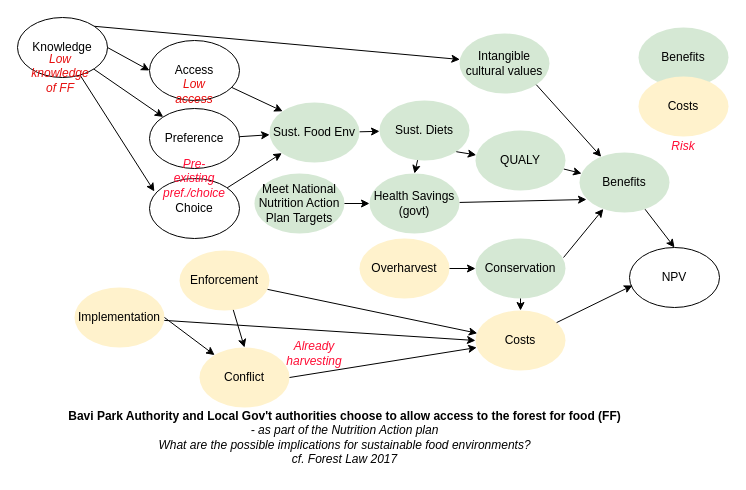
This is Untitled Diagram.drawio from CWWhitney/bavi-forest-access, a draw.io file, before an edit. Source tidied: cells renumbered, new cells numbered last; positions are measured from the earlier drawing's top-left corner, leaving out a move shared by most shapes. Both pictures are drawn from the tidied source at 100%, with x=0, y=0 at pixel (17, 17).
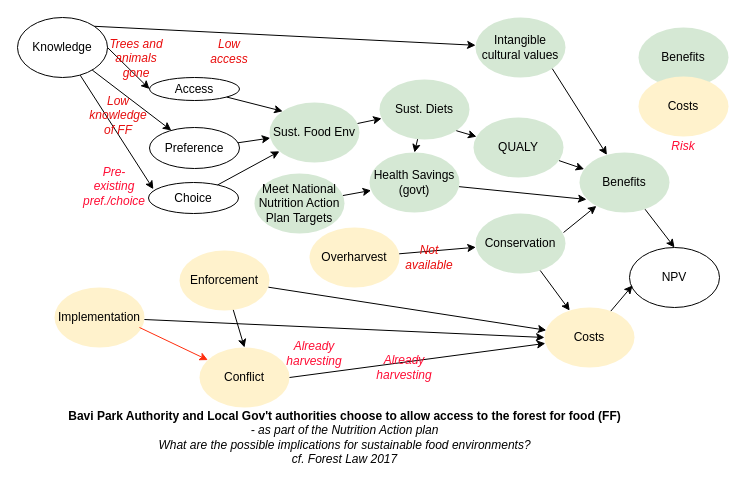
After the change.

The change refers to these unchanged cells:
```xml
<mxCell id="38" value="Conflict" style="ellipse;whiteSpace=wrap;html=1;fillColor=#fff2cc;strokeColor=none;" parent="1" vertex="1">
  <mxGeometry x="182" y="330" width="90" height="60" as="geometry" />
</mxCell>
```

The edit, as a diff of the source:
```diff
@@
-<mxGraphModel>
+<mxGraphModel background="#ffffff">
@@
     <mxCell id="2" value="Conservation" style="ellipse;whiteSpace=wrap;html=1;fillColor=#d5e8d4;strokeColor=none;" parent="1" vertex="1">
-      <mxGeometry x="458" y="221" width="90" height="60" as="geometry" />
+      <mxGeometry x="458" y="196" width="90" height="60" as="geometry" />
     </mxCell>
@@
     <mxCell id="4" value="Sust. Diets" style="ellipse;whiteSpace=wrap;html=1;fillColor=#d5e8d4;strokeColor=none;" parent="1" vertex="1">
-      <mxGeometry x="362" y="83" width="90" height="60" as="geometry" />
+      <mxGeometry x="362" y="62" width="90" height="60" as="geometry" />
     </mxCell>
@@
     <mxCell id="8" value="QUALY" style="ellipse;whiteSpace=wrap;html=1;fillColor=#d5e8d4;strokeColor=none;" parent="1" vertex="1">
-      <mxGeometry x="458" y="113" width="90" height="60" as="geometry" />
+      <mxGeometry x="456" y="100" width="90" height="60" as="geometry" />
     </mxCell>
@@
     <mxCell id="10" value="Health Savings (govt)" style="ellipse;whiteSpace=wrap;html=1;fillColor=#d5e8d4;strokeColor=none;" parent="1" vertex="1">
-      <mxGeometry x="352" y="156" width="90" height="60" as="geometry" />
+      <mxGeometry x="352" y="135" width="90" height="60" as="geometry" />
     </mxCell>
@@
     <mxCell id="12" value="Access" style="ellipse;whiteSpace=wrap;html=1;" parent="1" vertex="1">
-      <mxGeometry x="132" y="23" width="90" height="60" as="geometry" />
+      <mxGeometry x="132" y="60" width="90" height="23" as="geometry" />
     </mxCell>
     <mxCell id="13" value="Choice" style="ellipse;whiteSpace=wrap;html=1;" parent="1" vertex="1">
-      <mxGeometry x="132" y="161" width="90" height="60" as="geometry" />
+      <mxGeometry x="131" y="165" width="90" height="31" as="geometry" />
     </mxCell>
@@
     <mxCell id="15" value="Preference" style="ellipse;whiteSpace=wrap;html=1;" parent="1" vertex="1">
-      <mxGeometry x="132" y="91" width="90" height="60" as="geometry" />
+      <mxGeometry x="132" y="110" width="90" height="41" as="geometry" />
     </mxCell>
     <mxCell id="16" value="Costs" style="ellipse;whiteSpace=wrap;html=1;fillColor=#fff2cc;strokeColor=none;" parent="1" vertex="1">
-      <mxGeometry x="458" y="293" width="90" height="60" as="geometry" />
+      <mxGeometry x="527" y="290" width="90" height="60" as="geometry" />
     </mxCell>
@@
     <mxCell id="31" value="Low knowledge of FF" style="text;html=1;align=center;verticalAlign=middle;whiteSpace=wrap;rounded=0;fontStyle=2;fontColor=#e60f0f;" parent="1" vertex="1">
-      <mxGeometry x="13" y="36" width="60" height="40" as="geometry" />
+      <mxGeometry x="71" y="78" width="60" height="40" as="geometry" />
     </mxCell>
     <mxCell id="32" value="Low access" style="text;html=1;align=center;verticalAlign=middle;whiteSpace=wrap;rounded=0;fontFamily=Helvetica;fontSize=12;fontStyle=2;fontColor=#e90c0c;" parent="1" vertex="1">
-      <mxGeometry x="147" y="63" width="60" height="22" as="geometry" />
+      <mxGeometry x="182" y="23" width="60" height="22" as="geometry" />
     </mxCell>
     <mxCell id="33" value="Pre-existing pref./choice" style="text;html=1;align=center;verticalAlign=middle;whiteSpace=wrap;rounded=0;fontColor=#FF0D35;fontStyle=2;" parent="1" vertex="1">
-      <mxGeometry x="147" y="141" width="60" height="40" as="geometry" />
+      <mxGeometry x="67" y="149" width="60" height="40" as="geometry" />
     </mxCell>
     <mxCell id="34" value="Intangible cultural values" style="ellipse;whiteSpace=wrap;html=1;fillColor=#d5e8d4;strokeColor=none;" parent="1" vertex="1">
-      <mxGeometry x="442" y="16" width="90" height="60" as="geometry" />
+      <mxGeometry x="458" width="90" height="60" as="geometry" />
     </mxCell>
@@
     <mxCell id="42" value="Implementation" style="ellipse;whiteSpace=wrap;html=1;fillColor=#fff2cc;strokeColor=none;" parent="1" vertex="1">
-      <mxGeometry x="57" y="270" width="90" height="60" as="geometry" />
+      <mxGeometry x="37" y="270" width="90" height="60" as="geometry" />
     </mxCell>
@@
     <mxCell id="44" value="Overharvest" style="ellipse;whiteSpace=wrap;html=1;fillColor=#fff2cc;strokeColor=none;" parent="1" vertex="1">
-      <mxGeometry x="342" y="221" width="90" height="60" as="geometry" />
+      <mxGeometry x="292" y="210" width="90" height="60" as="geometry" />
     </mxCell>
@@
-    <mxCell id="47" style="rounded=0;jettySize=auto;html=1;exitX=1;exitY=0.5;exitDx=0;exitDy=0;" parent="1" edge="1" source="42" target="38">
-      <mxGeometry relative="1" as="geometry" />
+    <mxCell id="47" style="rounded=0;jettySize=auto;html=1;strokeColor=#FF2D0D;" parent="1" edge="1" target="38">
+      <mxGeometry relative="1" as="geometry">
+        <mxPoint x="122" y="310" as="sourcePoint" />
+      </mxGeometry>
     </mxCell>
@@
+    <mxCell id="52" value="Already harvesting" style="text;html=1;align=center;verticalAlign=middle;whiteSpace=wrap;rounded=0;fontColor=#FF0D35;fontStyle=2;" parent="1" vertex="1">
+      <mxGeometry x="357" y="330" width="60" height="40" as="geometry" />
+    </mxCell>
+    <mxCell id="53" value="Trees and animals gone" style="text;html=1;align=center;verticalAlign=middle;whiteSpace=wrap;rounded=0;fontFamily=Helvetica;fontSize=12;fontStyle=2;fontColor=#e90c0c;" parent="1" vertex="1">
+      <mxGeometry x="89" y="30" width="60" height="22" as="geometry" />
+    </mxCell>
+    <mxCell id="54" value="Not available" style="text;html=1;align=center;verticalAlign=middle;whiteSpace=wrap;rounded=0;fontFamily=Helvetica;fontSize=12;fontStyle=2;fontColor=#e90c0c;" parent="1" vertex="1">
+      <mxGeometry x="382" y="229" width="60" height="22" as="geometry" />
+    </mxCell>
```
